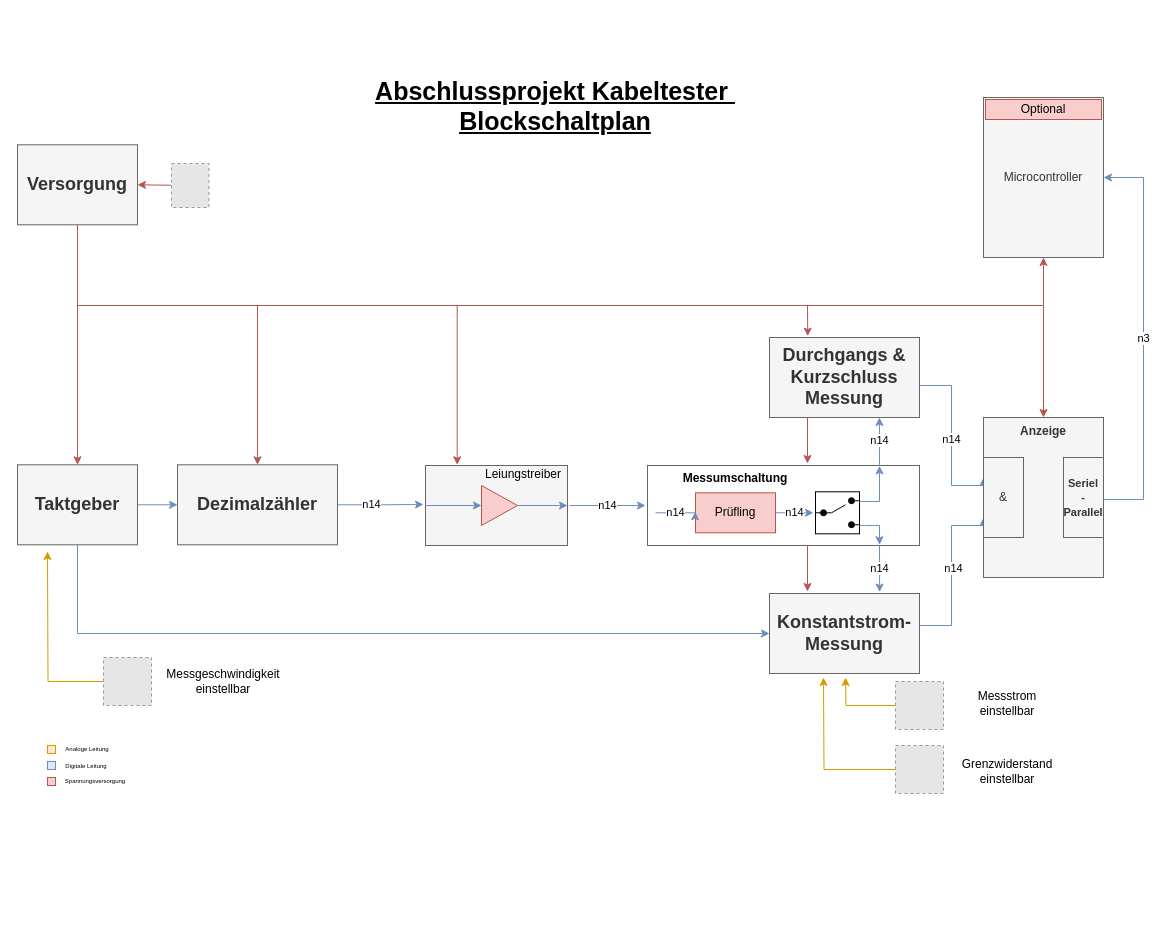
Oszimilian/Kabeltester keeps this draw.io diagram as 01_Blockschaltbild/BA_Blockschaltbild.drawio. Above is the earlier version. Source tidied: cells renumbered, new cells numbered last; positions are measured from the earlier drawing's top-left corner, leaving out a move shared by most shapes. Both pictures are drawn from the tidied source at 100%, with x=0, y=0 at pixel (17, 17). Pictures stored in the file or linked from it are replaced by grey dashed boxes.
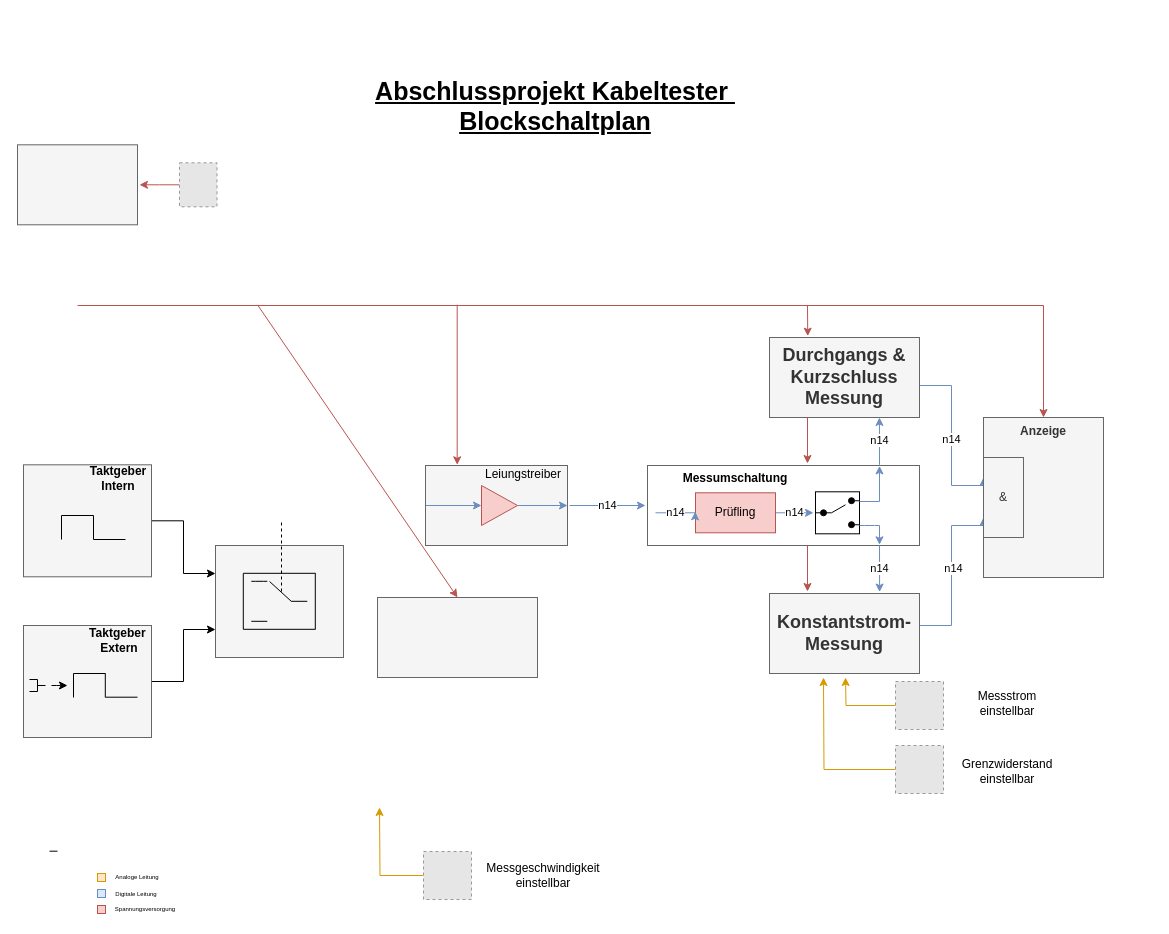
Above is the later version.

Unchanged cells that the change refers to:
```xml
<mxCell id="15" value="&lt;font style=&quot;font-size: 18px&quot;&gt;&lt;b&gt;Konstantstrom-&lt;br&gt;Messung&lt;/b&gt;&lt;/font&gt;" style="rounded=0;whiteSpace=wrap;html=1;fillColor=#f5f5f5;strokeColor=#666666;fontColor=#333333;" parent="1" vertex="1">
  <mxGeometry x="752" y="576" width="150" height="80" as="geometry" />
</mxCell>
```

The edit, as a diff of the source:
```diff
@@
-    <mxCell id="2" style="edgeStyle=orthogonalEdgeStyle;rounded=0;jettySize=auto;html=1;entryX=0;entryY=0.5;entryDx=0;entryDy=0;fillColor=#dae8fc;strokeColor=#6c8ebf;" parent="1" edge="1" source="4" target="9">
-      <mxGeometry relative="1" as="geometry" />
-    </mxCell>
-    <mxCell id="3" style="edgeStyle=orthogonalEdgeStyle;rounded=0;jettySize=auto;html=1;exitX=0.5;exitY=1;exitDx=0;exitDy=0;entryX=0;entryY=0.5;entryDx=0;entryDy=0;strokeWidth=1;fontColor=#FF0000;fillColor=#dae8fc;strokeColor=#6c8ebf;" parent="1" edge="1" source="4" target="15">
-      <mxGeometry relative="1" as="geometry" />
-    </mxCell>
+    <mxCell id="73" style="edgeStyle=orthogonalEdgeStyle;rounded=0;jettySize=auto;html=1;entryX=0;entryY=0.25;entryDx=0;entryDy=0;" parent="1" edge="1" source="4" target="93">
+      <mxGeometry relative="1" as="geometry" />
+    </mxCell>
-    <mxCell id="4" value="&lt;font style=&quot;font-size: 18px&quot;&gt;&lt;b&gt;Taktgeber&lt;/b&gt;&lt;/font&gt;" style="rounded=0;whiteSpace=wrap;html=1;fillColor=#f5f5f5;strokeColor=#666666;fontColor=#333333;" parent="1" vertex="1">
-      <mxGeometry y="447.3" width="120" height="80" as="geometry" />
+    <mxCell id="4" style="rounded=0;whiteSpace=wrap;html=1;fillColor=#f5f5f5;strokeColor=#666666;fontColor=#333333;" parent="1" vertex="1">
+      <mxGeometry x="6" y="447.3" width="128" height="112" as="geometry" />
     </mxCell>
@@
-    <mxCell id="6" value="&lt;b&gt;&lt;font style=&quot;font-size: 18px&quot;&gt;Versorgung&lt;/font&gt;&lt;/b&gt;" style="rounded=0;whiteSpace=wrap;html=1;fillColor=#f5f5f5;strokeColor=#666666;fontColor=#333333;" parent="1" vertex="1">
+    <mxCell id="6" style="rounded=0;whiteSpace=wrap;html=1;fillColor=#f5f5f5;strokeColor=#666666;fontColor=#333333;" parent="1" vertex="1">
       <mxGeometry y="127.3" width="120" height="80" as="geometry" />
     </mxCell>
-    <mxCell id="7" style="edgeStyle=orthogonalEdgeStyle;rounded=0;jettySize=auto;html=1;exitX=1;exitY=0.5;exitDx=0;exitDy=0;fillColor=#dae8fc;strokeColor=#6c8ebf;" parent="1" edge="1" source="9">
-      <mxGeometry relative="1" as="geometry">
-        <mxPoint x="406" y="487" as="targetPoint" />
-      </mxGeometry>
-    </mxCell>
-    <mxCell id="8" value="n14" style="edgeLabel;html=1;align=center;verticalAlign=middle;" parent="7" vertex="1">
-      <mxGeometry x="-0.24" y="1" relative="1" as="geometry" />
-    </mxCell>
-    <mxCell id="9" value="&lt;font style=&quot;font-size: 18px&quot;&gt;&lt;b&gt;Dezimalzähler&lt;/b&gt;&lt;/font&gt;" style="rounded=0;whiteSpace=wrap;html=1;fillColor=#f5f5f5;strokeColor=#666666;fontColor=#333333;" parent="1" vertex="1">
-      <mxGeometry x="160" y="447.3" width="160" height="80" as="geometry" />
+    <mxCell id="9" style="rounded=0;whiteSpace=wrap;html=1;fillColor=#f5f5f5;strokeColor=#666666;fontColor=#333333;" parent="1" vertex="1">
+      <mxGeometry x="360" y="580" width="160" height="80" as="geometry" />
     </mxCell>
@@
-    <mxCell id="18" value="Microcontroller&lt;br&gt;" style="rounded=0;whiteSpace=wrap;html=1;fillColor=#f5f5f5;strokeColor=#666666;fontColor=#333333;" parent="1" vertex="1">
-      <mxGeometry x="966" y="80" width="120" height="160" as="geometry" />
-    </mxCell>
-    <mxCell id="19" value="&lt;font style=&quot;font-size: 11px&quot;&gt;&lt;b&gt;Seriel&lt;br&gt;-&lt;br&gt;Parallel&lt;/b&gt;&lt;/font&gt;" style="rounded=0;whiteSpace=wrap;html=1;fillColor=#f5f5f5;strokeColor=#666666;fontColor=#333333;" parent="1" vertex="1">
-      <mxGeometry x="1046" y="440" width="40" height="80" as="geometry" />
-    </mxCell>
@@
-    <mxCell id="25" style="endArrow=classic;html=1;exitX=0.5;exitY=1;exitDx=0;exitDy=0;entryX=0.5;entryY=0;entryDx=0;entryDy=0;fontColor=#FF0000;fillColor=#f8cecc;strokeColor=#b85450;" parent="1" edge="1" source="6" target="4">
-      <mxGeometry relative="1" as="geometry" />
-    </mxCell>
@@
-    <mxCell id="28" style="edgeStyle=none;rounded=0;jumpSize=6;jettySize=auto;html=1;entryX=1;entryY=0.5;entryDx=0;entryDy=0;startArrow=none;startFill=0;endArrow=classic;endFill=1;strokeWidth=1;fontColor=#FF0000;fillColor=#f8cecc;strokeColor=#b85450;" parent="1" edge="1" source="29" target="6">
-      <mxGeometry relative="1" as="geometry" />
-    </mxCell>
+    <mxCell id="74" style="edgeStyle=orthogonalEdgeStyle;rounded=0;jettySize=auto;html=1;fillColor=#f8cecc;strokeColor=#b85450;" parent="1" edge="1" source="29">
+      <mxGeometry relative="1" as="geometry">
+        <mxPoint x="122" y="167.3" as="targetPoint" />
+      </mxGeometry>
+    </mxCell>
     <mxCell id="29" style="fillColor=#E6E6E6;strokeColor=#999999;dashed=1;verticalLabelPosition=bottom;verticalAlign=top;fontColor=#FF0000;" parent="1" vertex="1">
-      <mxGeometry x="154" y="146" width="37.5" height="44" as="geometry" />
+      <mxGeometry x="162" y="145.3" width="37.5" height="44" as="geometry" />
     </mxCell>
@@
-    <mxCell id="40" value="n3" style="endArrow=classic;html=1;rounded=0;entryX=1;entryY=0.5;entryDx=0;entryDy=0;fillColor=#dae8fc;strokeColor=#6c8ebf;" parent="1" edge="1" target="18">
-      <mxGeometry relative="1" as="geometry">
-        <mxPoint x="1086" y="482" as="sourcePoint" />
-        <Array as="points">
-          <mxPoint x="1126" y="482" />
-          <mxPoint x="1126" y="160" />
-        </Array>
-      </mxGeometry>
-    </mxCell>
-    <mxCell id="41" style="endArrow=classic;html=1;entryX=0.5;entryY=1;entryDx=0;entryDy=0;fillColor=#f8cecc;strokeColor=#b85450;" parent="1" edge="1" target="18">
-      <mxGeometry relative="1" as="geometry">
-        <mxPoint x="1026" y="288" as="sourcePoint" />
-      </mxGeometry>
-    </mxCell>
@@
     <mxCell id="48" style="edgeStyle=orthogonalEdgeStyle;rounded=0;jettySize=auto;html=1;startArrow=none;startFill=0;endArrow=classic;endFill=1;fillColor=#ffe6cc;strokeColor=#d79b00;" parent="1" edge="1" source="49">
       <mxGeometry relative="1" as="geometry">
-        <mxPoint x="30" y="534" as="targetPoint" />
+        <mxPoint x="362" y="790" as="targetPoint" />
       </mxGeometry>
     </mxCell>
     <mxCell id="49" style="fillColor=#E6E6E6;strokeColor=#999999;dashed=1;verticalLabelPosition=bottom;verticalAlign=top;" parent="1" vertex="1">
-      <mxGeometry x="86" y="640" width="48" height="48" as="geometry" />
+      <mxGeometry x="406" y="834" width="48" height="48" as="geometry" />
     </mxCell>
     <mxCell id="50" value="Messgeschwindigkeit&lt;br&gt;einstellbar" style="text;html=1;strokeColor=none;fillColor=none;align=center;verticalAlign=middle;whiteSpace=wrap;rounded=0;" parent="1" vertex="1">
-      <mxGeometry x="186" y="654" width="40" height="20" as="geometry" />
+      <mxGeometry x="506" y="848" width="40" height="20" as="geometry" />
     </mxCell>
     <mxCell id="51" style="rounded=0;whiteSpace=wrap;html=1;fillColor=#ffe6cc;strokeColor=#d79b00;" parent="1" vertex="1">
-      <mxGeometry x="30" y="728" width="8" height="8" as="geometry" />
+      <mxGeometry x="80" y="856" width="8" height="8" as="geometry" />
     </mxCell>
     <mxCell id="52" value="&lt;font style=&quot;font-size: 6px&quot;&gt;Analoge Leitung&lt;/font&gt;" style="text;html=1;strokeColor=none;fillColor=none;align=center;verticalAlign=middle;whiteSpace=wrap;rounded=0;" parent="1" vertex="1">
-      <mxGeometry x="40" y="720" width="60" height="20" as="geometry" />
+      <mxGeometry x="90" y="848" width="60" height="20" as="geometry" />
     </mxCell>
     <mxCell id="53" style="rounded=0;whiteSpace=wrap;html=1;fillColor=#dae8fc;strokeColor=#6c8ebf;" parent="1" vertex="1">
-      <mxGeometry x="30" y="744" width="8" height="8" as="geometry" />
+      <mxGeometry x="80" y="872" width="8" height="8" as="geometry" />
     </mxCell>
     <mxCell id="54" value="&lt;font style=&quot;font-size: 6px&quot;&gt;Digitale Leitung&lt;/font&gt;" style="text;html=1;strokeColor=none;fillColor=none;align=center;verticalAlign=middle;whiteSpace=wrap;rounded=0;" parent="1" vertex="1">
-      <mxGeometry x="38" y="742" width="62" height="10" as="geometry" />
+      <mxGeometry x="88" y="870" width="62" height="10" as="geometry" />
     </mxCell>
     <mxCell id="55" style="rounded=0;whiteSpace=wrap;html=1;fillColor=#f8cecc;strokeColor=#b85450;" parent="1" vertex="1">
-      <mxGeometry x="30" y="760" width="8" height="8" as="geometry" />
+      <mxGeometry x="80" y="888" width="8" height="8" as="geometry" />
     </mxCell>
     <mxCell id="56" value="&lt;font style=&quot;font-size: 6px&quot;&gt;Spannungsversorgung&lt;/font&gt;" style="text;html=1;strokeColor=none;fillColor=none;align=center;verticalAlign=middle;whiteSpace=wrap;rounded=0;" parent="1" vertex="1">
-      <mxGeometry x="58" y="752" width="40" height="20" as="geometry" />
+      <mxGeometry x="108" y="880" width="40" height="20" as="geometry" />
     </mxCell>
-    <mxCell id="57" value="Optional" style="text;html=1;strokeColor=#b85450;fillColor=#f8cecc;align=center;verticalAlign=middle;whiteSpace=wrap;rounded=0;" parent="1" vertex="1">
-      <mxGeometry x="968" y="82" width="116" height="20" as="geometry" />
-    </mxCell>
@@
+    <mxCell id="75" style="endArrow=none;html=1;" parent="1" edge="1">
+      <mxGeometry relative="1" as="geometry">
+        <mxPoint x="44" y="522" as="sourcePoint" />
+        <mxPoint x="44" y="498" as="targetPoint" />
+      </mxGeometry>
+    </mxCell>
+    <mxCell id="76" style="endArrow=none;html=1;" parent="1" edge="1">
+      <mxGeometry relative="1" as="geometry">
+        <mxPoint x="44" y="498" as="sourcePoint" />
+        <mxPoint x="76" y="498" as="targetPoint" />
+      </mxGeometry>
+    </mxCell>
+    <mxCell id="77" style="endArrow=none;html=1;" parent="1" edge="1">
+      <mxGeometry relative="1" as="geometry">
+        <mxPoint x="76" y="522" as="sourcePoint" />
+        <mxPoint x="76" y="498" as="targetPoint" />
+      </mxGeometry>
+    </mxCell>
+    <mxCell id="78" style="endArrow=none;html=1;" parent="1" edge="1">
+      <mxGeometry relative="1" as="geometry">
+        <mxPoint x="76" y="522" as="sourcePoint" />
+        <mxPoint x="108" y="522" as="targetPoint" />
+      </mxGeometry>
+    </mxCell>
+    <mxCell id="79" value="&lt;b&gt;Taktgeber&lt;br&gt;Intern&lt;/b&gt;" style="text;html=1;strokeColor=none;fillColor=none;align=center;verticalAlign=middle;whiteSpace=wrap;rounded=0;" parent="1" vertex="1">
+      <mxGeometry x="72" y="451.3" width="58" height="20" as="geometry" />
+    </mxCell>
+    <mxCell id="80" style="edgeStyle=orthogonalEdgeStyle;rounded=0;jettySize=auto;html=1;entryX=0;entryY=0.75;entryDx=0;entryDy=0;" parent="1" edge="1" source="81" target="93">
+      <mxGeometry relative="1" as="geometry" />
+    </mxCell>
+    <mxCell id="81" style="rounded=0;whiteSpace=wrap;html=1;fillColor=#f5f5f5;strokeColor=#666666;fontColor=#333333;" parent="1" vertex="1">
+      <mxGeometry x="6" y="608" width="128" height="112" as="geometry" />
+    </mxCell>
+    <mxCell id="82" style="endArrow=none;html=1;" parent="1" edge="1">
+      <mxGeometry relative="1" as="geometry">
+        <mxPoint x="20" y="668" as="sourcePoint" />
+        <mxPoint x="28" y="668" as="targetPoint" />
+      </mxGeometry>
+    </mxCell>
+    <mxCell id="83" style="endArrow=none;html=1;" parent="1" edge="1">
+      <mxGeometry relative="1" as="geometry">
+        <mxPoint x="56" y="680" as="sourcePoint" />
+        <mxPoint x="56" y="656" as="targetPoint" />
+      </mxGeometry>
+    </mxCell>
+    <mxCell id="84" style="endArrow=none;html=1;" parent="1" edge="1">
+      <mxGeometry relative="1" as="geometry">
+        <mxPoint x="56" y="656" as="sourcePoint" />
+        <mxPoint x="88" y="656" as="targetPoint" />
+      </mxGeometry>
+    </mxCell>
+    <mxCell id="85" style="endArrow=none;html=1;" parent="1" edge="1">
+      <mxGeometry relative="1" as="geometry">
+        <mxPoint x="87.8" y="680" as="sourcePoint" />
+        <mxPoint x="87.8" y="656" as="targetPoint" />
+      </mxGeometry>
+    </mxCell>
+    <mxCell id="86" style="endArrow=none;html=1;" parent="1" edge="1">
+      <mxGeometry relative="1" as="geometry">
+        <mxPoint x="88" y="679.7" as="sourcePoint" />
+        <mxPoint x="120" y="679.7" as="targetPoint" />
+      </mxGeometry>
+    </mxCell>
+    <mxCell id="87" style="endArrow=none;html=1;" parent="1" edge="1">
+      <mxGeometry relative="1" as="geometry">
+        <mxPoint x="32" y="833.7" as="sourcePoint" />
+        <mxPoint x="40" y="833.7" as="targetPoint" />
+      </mxGeometry>
+    </mxCell>
+    <mxCell id="88" style="endArrow=classic;html=1;" parent="1" edge="1">
+      <mxGeometry relative="1" as="geometry">
+        <mxPoint x="34" y="668" as="sourcePoint" />
+        <mxPoint x="50" y="668" as="targetPoint" />
+        <Array as="points">
+          <mxPoint x="44" y="668" />
+        </Array>
+      </mxGeometry>
+    </mxCell>
+    <mxCell id="89" style="endArrow=none;html=1;" parent="1" edge="1">
+      <mxGeometry relative="1" as="geometry">
+        <mxPoint x="20" y="674" as="sourcePoint" />
+        <mxPoint x="20" y="662" as="targetPoint" />
+      </mxGeometry>
+    </mxCell>
+    <mxCell id="90" style="endArrow=none;html=1;" parent="1" edge="1">
+      <mxGeometry relative="1" as="geometry">
+        <mxPoint x="12" y="662" as="sourcePoint" />
+        <mxPoint x="20" y="662" as="targetPoint" />
+      </mxGeometry>
+    </mxCell>
+    <mxCell id="91" style="endArrow=none;html=1;" parent="1" edge="1">
+      <mxGeometry relative="1" as="geometry">
+        <mxPoint x="12" y="674" as="sourcePoint" />
+        <mxPoint x="20" y="674" as="targetPoint" />
+      </mxGeometry>
+    </mxCell>
+    <mxCell id="92" value="&lt;b&gt;Taktgeber&amp;nbsp;&lt;br&gt;Extern&lt;/b&gt;" style="text;html=1;strokeColor=none;fillColor=none;align=center;verticalAlign=middle;whiteSpace=wrap;rounded=0;" parent="1" vertex="1">
+      <mxGeometry x="72" y="610" width="60" height="25.7" as="geometry" />
+    </mxCell>
+    <mxCell id="93" style="rounded=0;whiteSpace=wrap;html=1;fillColor=#f5f5f5;strokeColor=#666666;fontColor=#333333;" parent="1" vertex="1">
+      <mxGeometry x="198" y="528" width="128" height="112" as="geometry" />
+    </mxCell>
+    <mxCell id="94" style="endArrow=none;html=1;" parent="1" edge="1">
+      <mxGeometry relative="1" as="geometry">
+        <mxPoint x="273.8" y="583.8" as="sourcePoint" />
+        <mxPoint x="289.8" y="583.8" as="targetPoint" />
+      </mxGeometry>
+    </mxCell>
+    <mxCell id="95" style="endArrow=none;html=1;" parent="1" edge="1">
+      <mxGeometry relative="1" as="geometry">
+        <mxPoint x="233.8" y="603.8" as="sourcePoint" />
+        <mxPoint x="249.8" y="603.8" as="targetPoint" />
+      </mxGeometry>
+    </mxCell>
+    <mxCell id="96" style="endArrow=none;html=1;" parent="1" edge="1">
+      <mxGeometry relative="1" as="geometry">
+        <mxPoint x="233.8" y="563.8" as="sourcePoint" />
+        <mxPoint x="249.8" y="563.8" as="targetPoint" />
+        <Array as="points">
+          <mxPoint x="241.8" y="563.8" />
+        </Array>
+      </mxGeometry>
+    </mxCell>
+    <mxCell id="97" style="endArrow=none;html=1;" parent="1" edge="1">
+      <mxGeometry relative="1" as="geometry">
+        <mxPoint x="225.8" y="611.8" as="sourcePoint" />
+        <mxPoint x="225.8" y="555.8" as="targetPoint" />
+      </mxGeometry>
+    </mxCell>
+    <mxCell id="98" style="endArrow=none;html=1;" parent="1" edge="1">
+      <mxGeometry relative="1" as="geometry">
+        <mxPoint x="225.8" y="611.8" as="sourcePoint" />
+        <mxPoint x="298" y="611.8" as="targetPoint" />
+      </mxGeometry>
+    </mxCell>
+    <mxCell id="99" style="endArrow=none;html=1;" parent="1" edge="1">
+      <mxGeometry relative="1" as="geometry">
+        <mxPoint x="297.8" y="611.8" as="sourcePoint" />
+        <mxPoint x="297.8" y="555.8" as="targetPoint" />
+      </mxGeometry>
+    </mxCell>
+    <mxCell id="100" style="endArrow=none;html=1;" parent="1" edge="1">
+      <mxGeometry relative="1" as="geometry">
+        <mxPoint x="225.8" y="555.8" as="sourcePoint" />
+        <mxPoint x="298" y="555.8" as="targetPoint" />
+      </mxGeometry>
+    </mxCell>
+    <mxCell id="101" style="endArrow=none;html=1;exitX=0.422;exitY=0.321;exitDx=0;exitDy=0;exitPerimeter=0;" parent="1" edge="1" source="93">
+      <mxGeometry relative="1" as="geometry">
+        <mxPoint x="274" y="584" as="targetPoint" />
+      </mxGeometry>
+    </mxCell>
+    <mxCell id="102" style="endArrow=none;dashed=1;html=1;" parent="1" edge="1">
+      <mxGeometry relative="1" as="geometry">
+        <mxPoint x="264" y="574" as="sourcePoint" />
+        <mxPoint x="264" y="504" as="targetPoint" />
+      </mxGeometry>
+    </mxCell>
```
